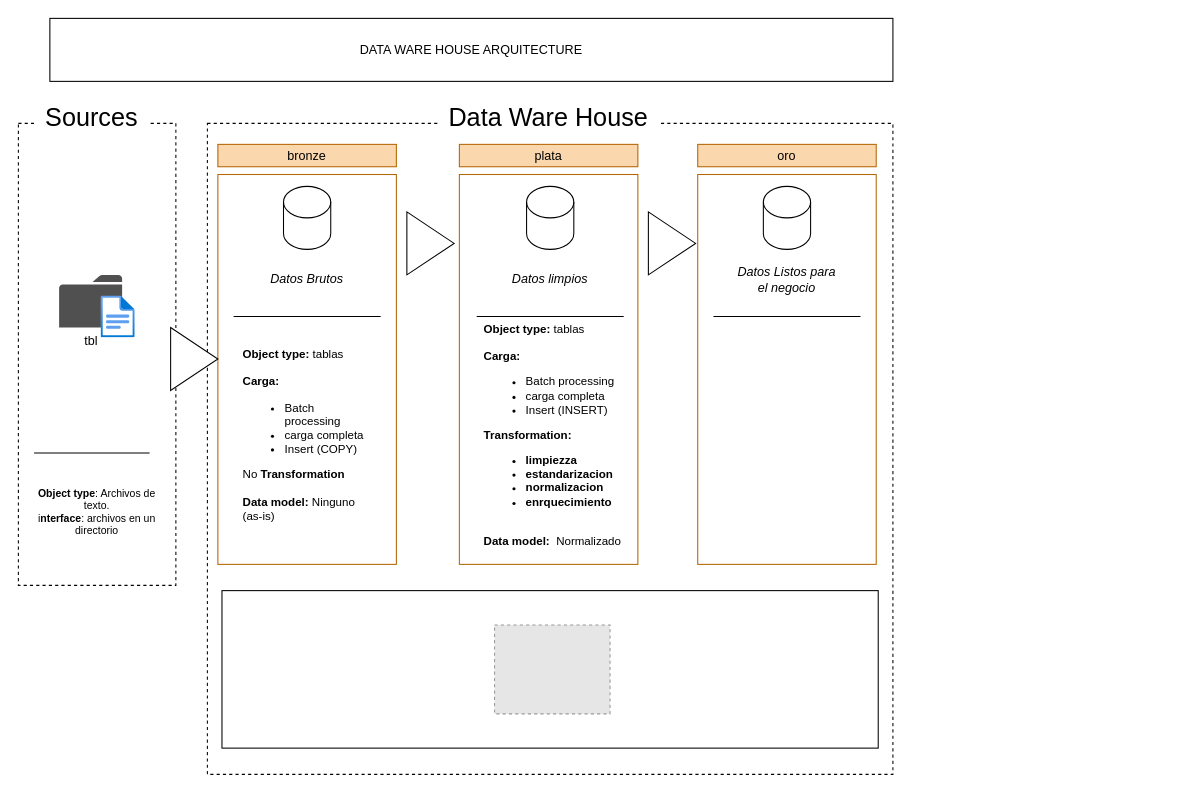
CaletOrtiz/sql-datawarehouse-project keeps this draw.io diagram as docs/arquitectura.drawio. Above is the earlier version. Source tidied: cells renumbered, new cells numbered last; positions are measured from the earlier drawing's top-left corner, leaving out a move shared by most shapes. Both pictures are drawn from the tidied source at 105%, with x=0, y=0 at pixel (18, 18). Pictures stored in the file or linked from it are replaced by grey dashed boxes.
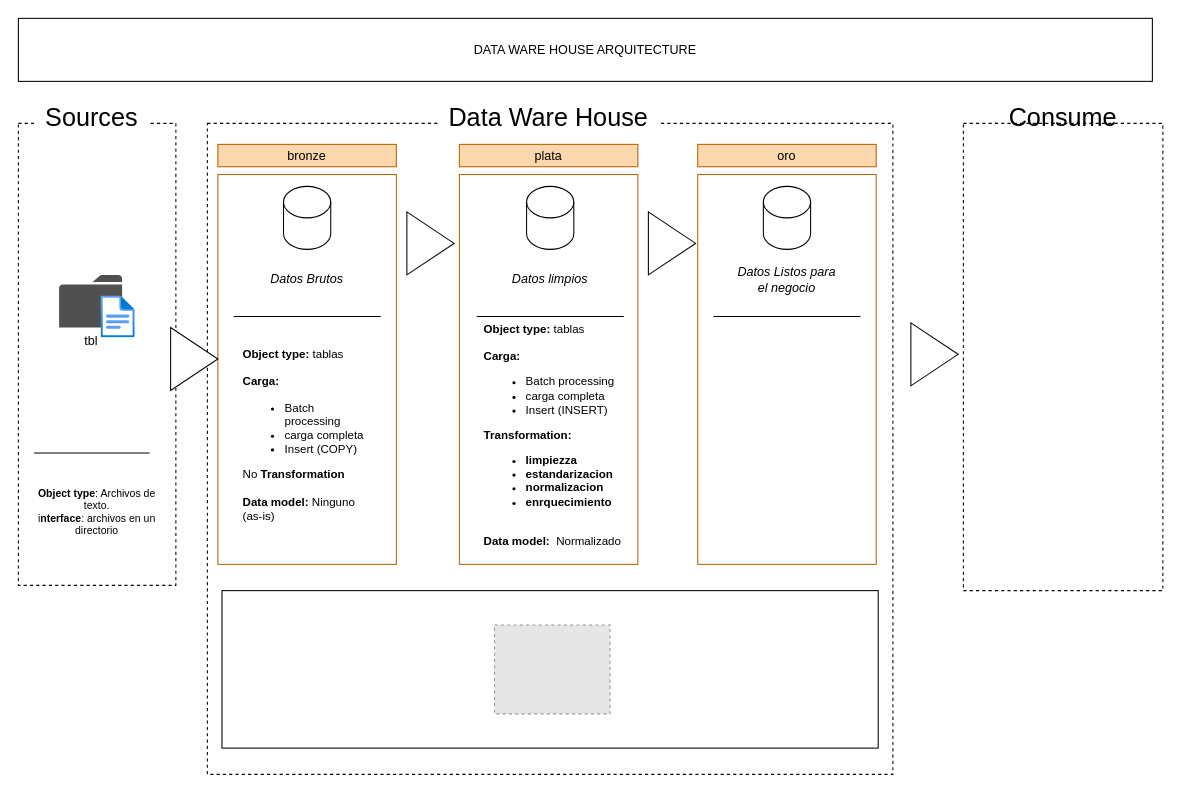
After the change.

Change to the diagram source:
```diff
@@
     <mxCell id="31" value="DATA WARE HOUSE ARQUITECTURE" style="whiteSpace=wrap;html=1;" parent="1" vertex="1">
-      <mxGeometry x="30" width="802.9" height="60" as="geometry" />
+      <mxGeometry width="1080" height="60" as="geometry" />
     </mxCell>
@@
+    <mxCell id="33" value="Consume" style="rounded=0;whiteSpace=wrap;html=1;strokeColor=none;fontSize=24;fillColor=default;" parent="1" vertex="1">
+      <mxGeometry x="940" y="80" width="110" height="30" as="geometry" />
+    </mxCell>
+    <mxCell id="34" style="rounded=0;whiteSpace=wrap;html=1;fillColor=none;gradientColor=none;dashed=1;" parent="1" vertex="1">
+      <mxGeometry x="900" y="100" width="190" height="445" as="geometry" />
+    </mxCell>
+    <mxCell id="35" style="triangle;whiteSpace=wrap;html=1;shapeInside=1;strokeColor=light-dark(#000000,#006666);fillColor=light-dark(#FFFFFF,#3399FF);" parent="1" vertex="1">
+      <mxGeometry x="850" y="290" width="45" height="60" as="geometry" />
+    </mxCell>
```
